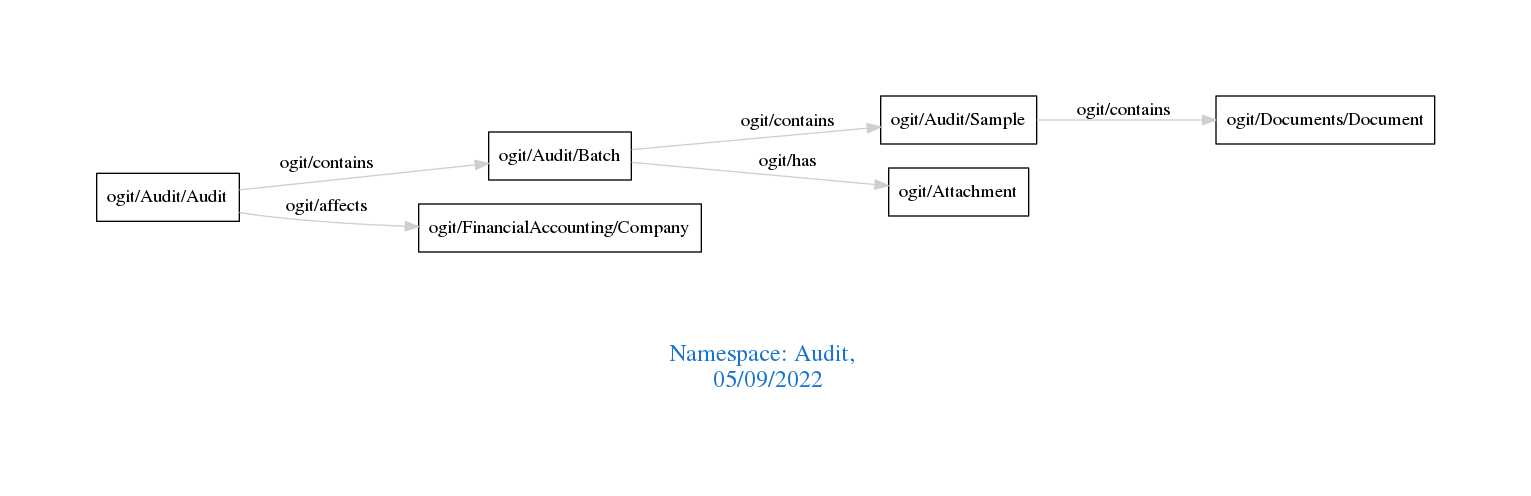
Earlier version of the Graphviz export downloads/Audit.png (arago/OGIT). Its source is kept beside it as downloads/Audit.dot.
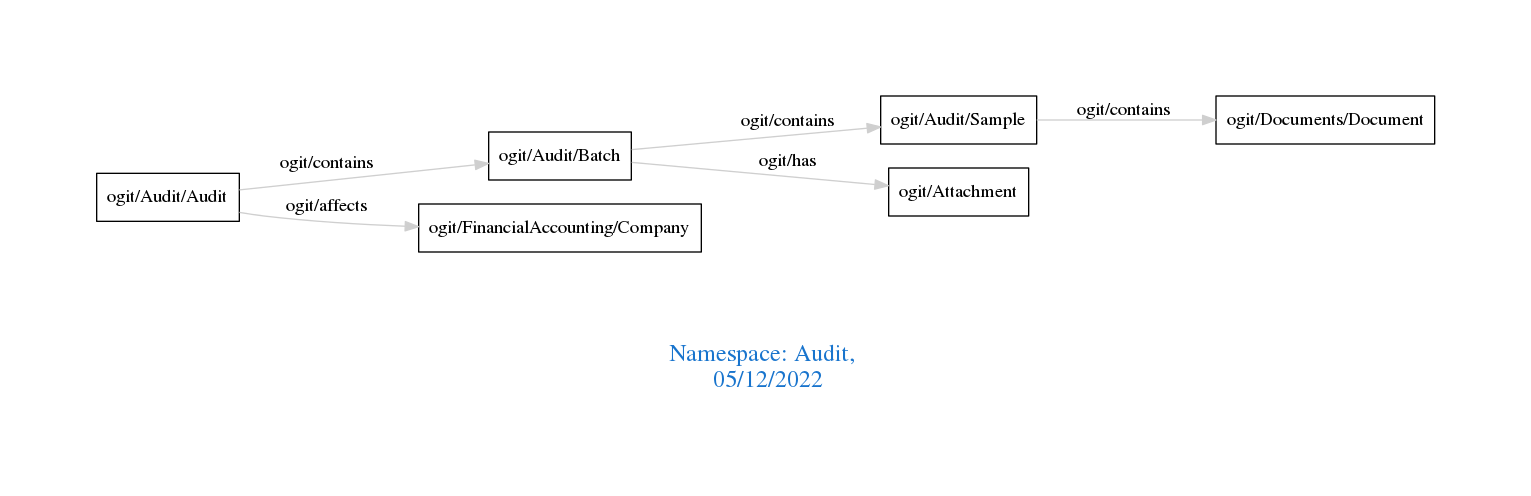
The same file after the commit.

What changed in the source:
```diff
@@ -1,7 +1,7 @@
 digraph OGIT_ontology {
  graph [ rankdir= LR,pad=1
 fontsize = 18,
-fontcolor= dodgerblue3,label = "\n\n\nNamespace: Audit, \n 05/09/2022"];
+fontcolor= dodgerblue3,label = "\n\n\nNamespace: Audit, \n 05/12/2022"];
 node[shape=polygon];
 edge [  color="gray81"];
 
```
